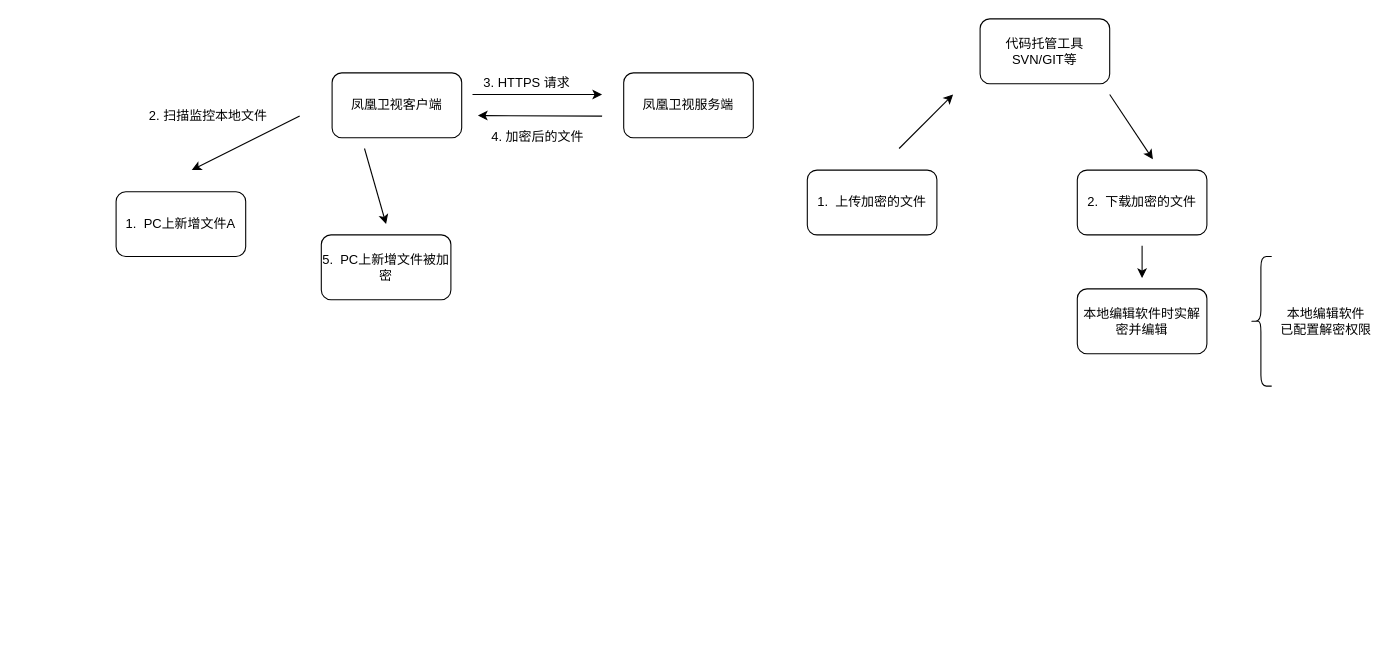
This is decrypt_encrypt.drawio from Chenguoqing2008/drawio, a draw.io file, before an edit. Source tidied: cells renumbered, new cells numbered last; positions are measured from the earlier drawing's top-left corner, leaving out a move shared by most shapes. Both pictures are drawn from the tidied source at 108%, with x=0, y=0 at pixel (116, 18).
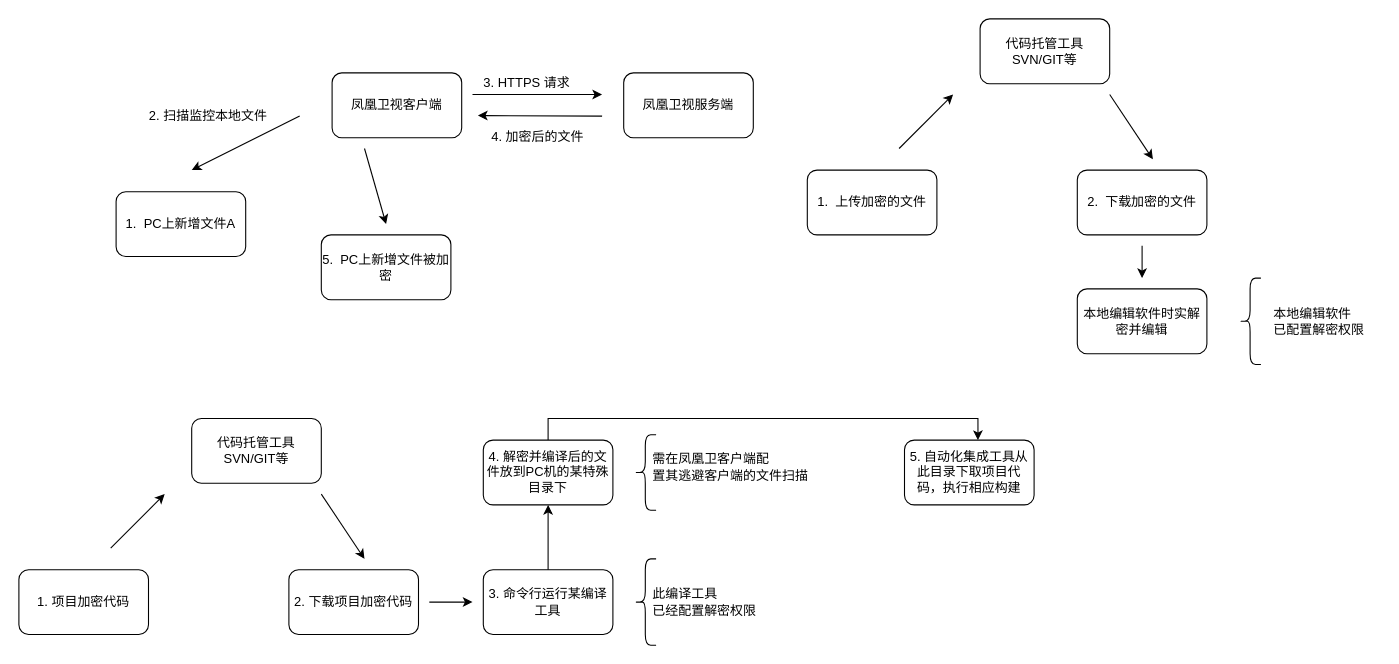
After the change.

Change to the diagram source:
```diff
@@
     <mxCell id="19" style="shape=curlyBracket;whiteSpace=wrap;html=1;rounded=1;" parent="1" vertex="1">
-      <mxGeometry x="1050" y="220" width="20" height="120" as="geometry" />
+      <mxGeometry x="1040" y="240" width="20" height="80" as="geometry" />
     </mxCell>
-    <mxCell id="20" value="本地编辑软件&lt;br&gt;已配置解密权限" style="text;html=1;align=center;verticalAlign=middle;" parent="1" vertex="1">
+    <mxCell id="20" value="本地编辑软件&lt;br&gt;已配置解密权限" style="text;html=1;align=left;verticalAlign=middle;" parent="1" vertex="1">
       <mxGeometry x="1070" y="265" width="100" height="30" as="geometry" />
     </mxCell>
@@
+    <mxCell id="22" value="代码托管工具SVN/GIT等" style="rounded=1;whiteSpace=wrap;html=1;" parent="1" vertex="1">
+      <mxGeometry x="70" y="370" width="120" height="60" as="geometry" />
+    </mxCell>
+    <mxCell id="23" value="1. 项目加密代码" style="rounded=1;whiteSpace=wrap;html=1;" parent="1" vertex="1">
+      <mxGeometry x="-90" y="510" width="120" height="60" as="geometry" />
+    </mxCell>
+    <mxCell id="24" style="endArrow=classic;html=1;" parent="1" edge="1">
+      <mxGeometry relative="1" as="geometry">
+        <mxPoint x="-5" y="490" as="sourcePoint" />
+        <mxPoint x="45" y="440" as="targetPoint" />
+      </mxGeometry>
+    </mxCell>
+    <mxCell id="25" value="2. 下载项目加密代码" style="rounded=1;whiteSpace=wrap;html=1;" parent="1" vertex="1">
+      <mxGeometry x="160" y="510" width="120" height="60" as="geometry" />
+    </mxCell>
+    <mxCell id="26" style="endArrow=classic;html=1;" parent="1" edge="1">
+      <mxGeometry relative="1" as="geometry">
+        <mxPoint x="190" y="440" as="sourcePoint" />
+        <mxPoint x="230" y="500" as="targetPoint" />
+      </mxGeometry>
+    </mxCell>
+    <mxCell id="27" value="3.&amp;nbsp;命令行运行某编译工具" style="rounded=1;whiteSpace=wrap;html=1;" parent="1" vertex="1">
+      <mxGeometry x="340" y="510" width="120" height="60" as="geometry" />
+    </mxCell>
+    <mxCell id="28" style="shape=curlyBracket;whiteSpace=wrap;html=1;rounded=1;" parent="1" vertex="1">
+      <mxGeometry x="480" y="500" width="20" height="80" as="geometry" />
+    </mxCell>
+    <mxCell id="29" value="此编译工具&lt;br&gt;已经配置解密权限" style="text;html=1;align=left;verticalAlign=middle;" parent="1" vertex="1">
+      <mxGeometry x="495" y="525" width="110" height="30" as="geometry" />
+    </mxCell>
+    <mxCell id="30" style="endArrow=classic;html=1;" parent="1" edge="1">
+      <mxGeometry relative="1" as="geometry">
+        <mxPoint x="290" y="540" as="sourcePoint" />
+        <mxPoint x="330" y="540" as="targetPoint" />
+      </mxGeometry>
+    </mxCell>
+    <mxCell id="31" style="edgeStyle=orthogonalEdgeStyle;rounded=0;jettySize=auto;html=1;exitX=0.5;exitY=0;exitDx=0;exitDy=0;entryX=0.567;entryY=0;entryDx=0;entryDy=0;entryPerimeter=0;" parent="1" edge="1" source="32" target="36">
+      <mxGeometry relative="1" as="geometry" />
+    </mxCell>
+    <mxCell id="32" value="4.&amp;nbsp;解密并编译后的文件放到PC机的某特殊目录下" style="rounded=1;whiteSpace=wrap;html=1;" parent="1" vertex="1">
+      <mxGeometry x="340" y="390" width="120" height="60" as="geometry" />
+    </mxCell>
+    <mxCell id="33" style="endArrow=classic;html=1;exitX=0.5;exitY=0;exitDx=0;exitDy=0;entryX=0.5;entryY=1;entryDx=0;entryDy=0;" parent="1" edge="1" source="27" target="32">
+      <mxGeometry relative="1" as="geometry" />
+    </mxCell>
+    <mxCell id="34" style="shape=curlyBracket;whiteSpace=wrap;html=1;rounded=1;" parent="1" vertex="1">
+      <mxGeometry x="480" y="385" width="20" height="70" as="geometry" />
+    </mxCell>
+    <mxCell id="35" value="需在凤凰卫客户端配&lt;br&gt;置其逃避客户端的文件扫描" style="text;html=1;align=left;verticalAlign=middle;" parent="1" vertex="1">
+      <mxGeometry x="495" y="400" width="160" height="30" as="geometry" />
+    </mxCell>
+    <mxCell id="36" value="5.&amp;nbsp;自动化集成工具从此目录下取项目代码，执行相应构建" style="rounded=1;whiteSpace=wrap;html=1;" parent="1" vertex="1">
+      <mxGeometry x="730" y="390" width="120" height="60" as="geometry" />
+    </mxCell>
```
